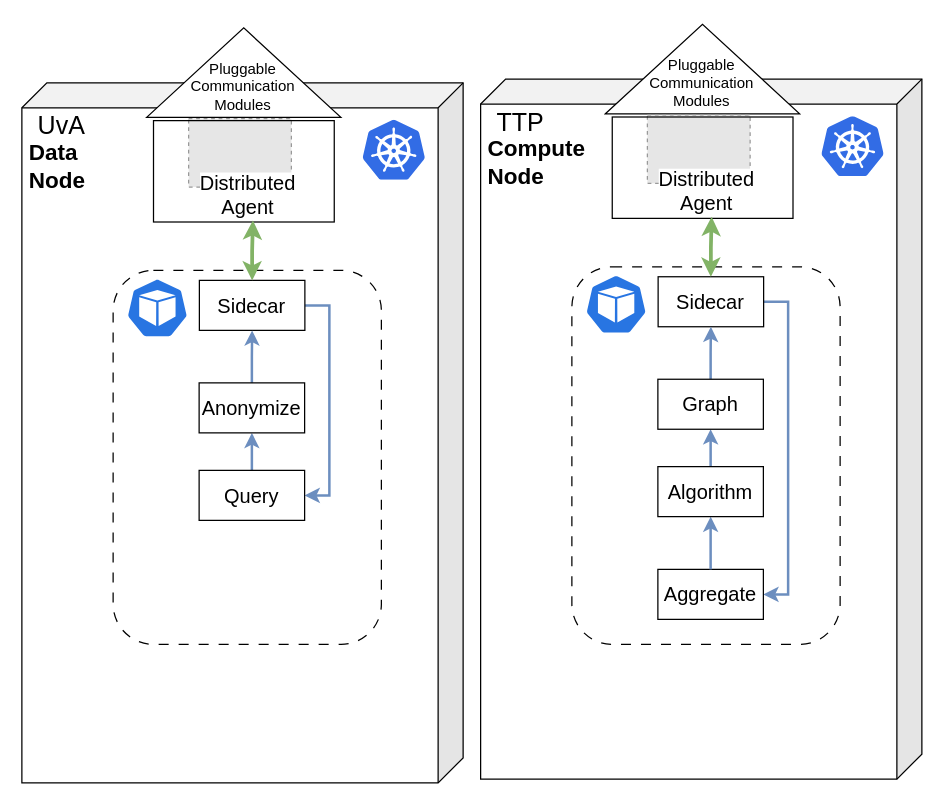
This is docs/drawio/architecture/job-example.drawio from Jorrit05/DYNAMOS, a draw.io file, before an edit. Source tidied: cells renumbered, new cells numbered last; positions are measured from the earlier drawing's top-left corner, leaving out a move shared by most shapes. Both pictures are drawn from the tidied source at 125%, with x=0, y=0 at pixel (21, -29). Pictures stored in the file or linked from it are replaced by grey dashed boxes.
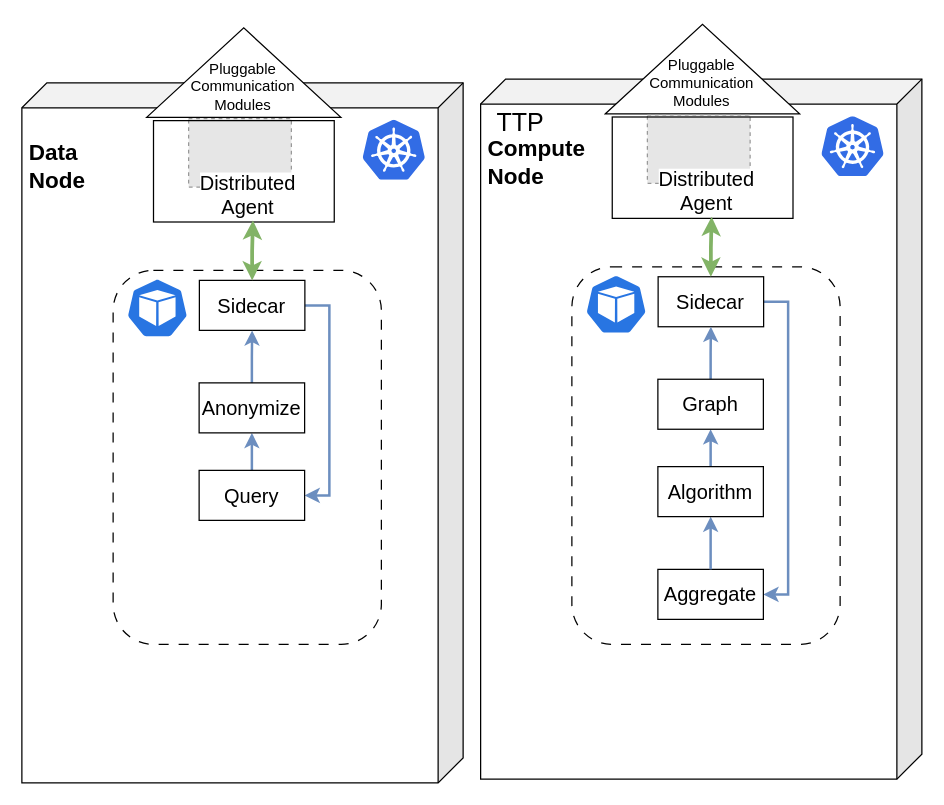
Above is the later version.

What changed in the source:
```diff
@@
-    <mxCell id="26" value="&lt;font style=&quot;font-size: 20px;&quot;&gt;UvA&lt;/font&gt;" style="text;html=1;strokeColor=none;fillColor=none;align=center;verticalAlign=middle;whiteSpace=wrap;rounded=0;" parent="1" vertex="1">
-      <mxGeometry x="9.9" y="118.8" width="44.1" height="7.3" as="geometry" />
-    </mxCell>
```
